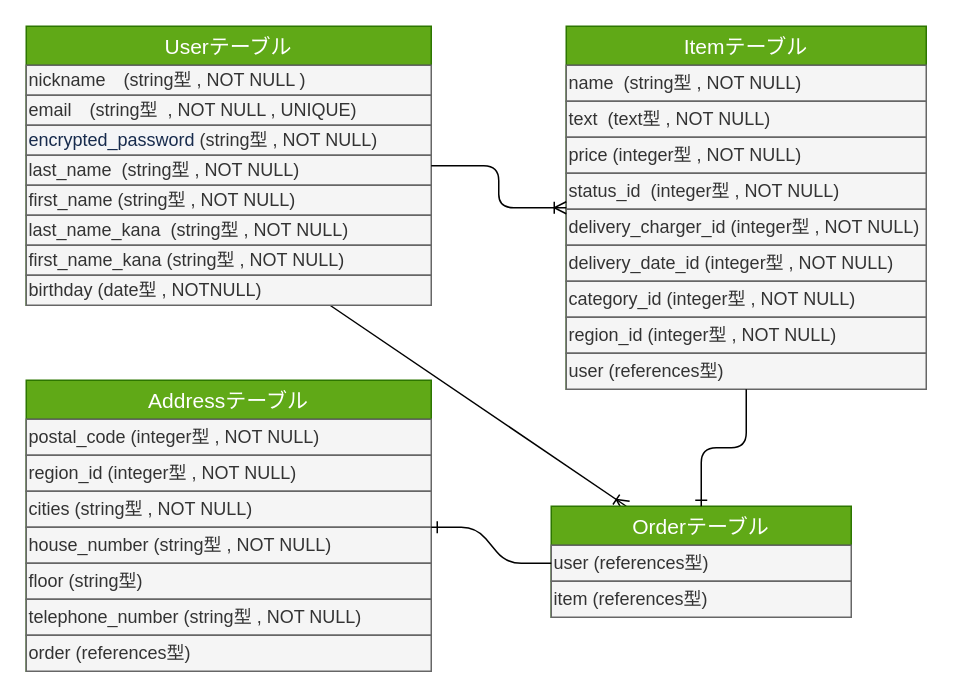
Before: er.dio in matsuurara/furima-35948, a draw.io diagram. Source tidied: cells renumbered, new cells numbered last; positions are measured from the earlier drawing's top-left corner, leaving out a move shared by most shapes. Both pictures are drawn from the tidied source at 150%, with x=0, y=0 at pixel (26, 26).
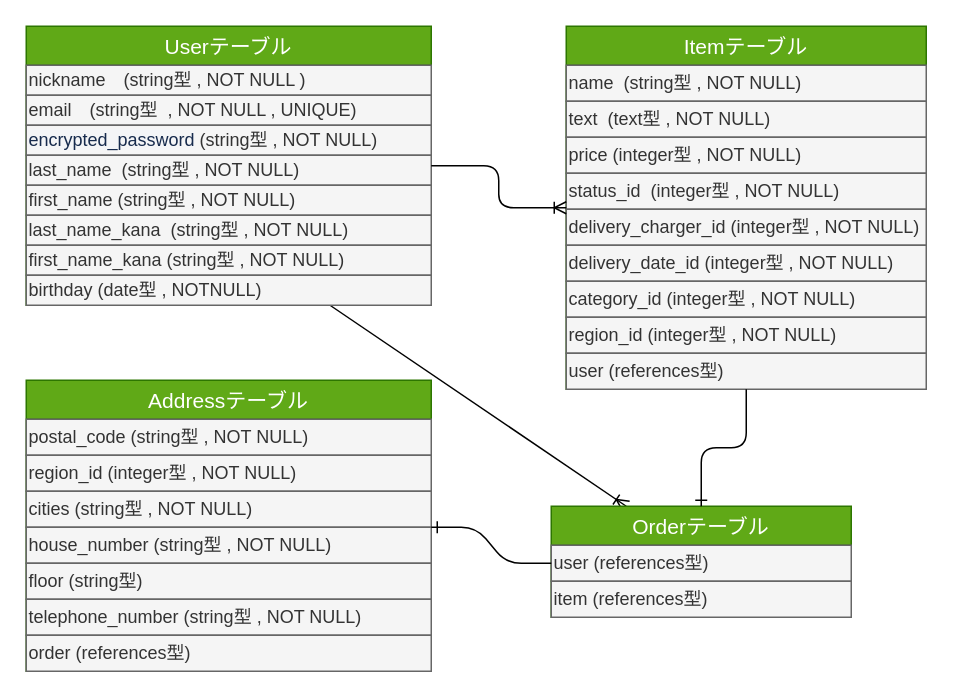
The same page after the edit.

Commit message (it also covers changes not shown here):
郵便番号をinteger型からstring型に修正

The change refers to these unchanged cells:
```xml
<mxCell id="26" value="Addressテーブル" style="swimlane;fontStyle=0;horizontal=1;startSize=26;align=center;fontSize=14;fillColor=#60a917;strokeColor=#2D7600;fontColor=#ffffff;" parent="1" vertex="1">
  <mxGeometry y="236" width="270" height="194" as="geometry" />
</mxCell>
```

The edit, as a diff of the source:
```diff
@@
-    <mxCell id="27" value="postal_code (integer型 , NOT NULL)" style="text;html=1;strokeColor=#666666;fillColor=#f5f5f5;align=left;verticalAlign=middle;whiteSpace=wrap;rounded=0;fontSize=12;labelPosition=center;verticalLabelPosition=middle;fontColor=#333333;" parent="26" vertex="1">
+    <mxCell id="27" value="postal_code (string型 , NOT NULL)" style="text;html=1;strokeColor=#666666;fillColor=#f5f5f5;align=left;verticalAlign=middle;whiteSpace=wrap;rounded=0;fontSize=12;labelPosition=center;verticalLabelPosition=middle;fontColor=#333333;" parent="26" vertex="1">
       <mxGeometry y="26" width="270" height="24" as="geometry" />
     </mxCell>
```
